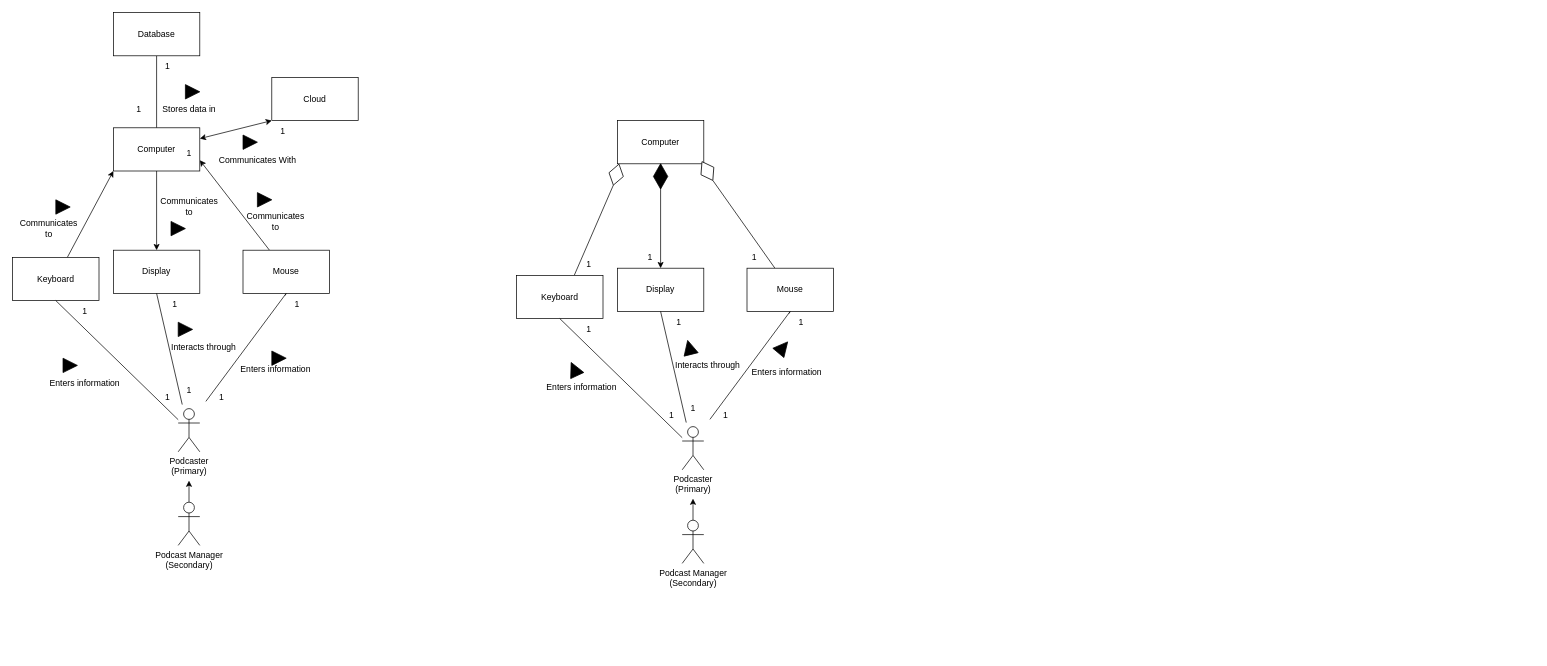
The draw.io diagram D3-SystemContextClassModel/systemcontext.drawio in Glizzus/COMP-3700, before the edit. Source tidied: cells renumbered, new cells numbered last; positions are measured from the earlier drawing's top-left corner, leaving out a move shared by most shapes. Both pictures are drawn from the tidied source at 72%, with x=0, y=0 at pixel (12, 12).
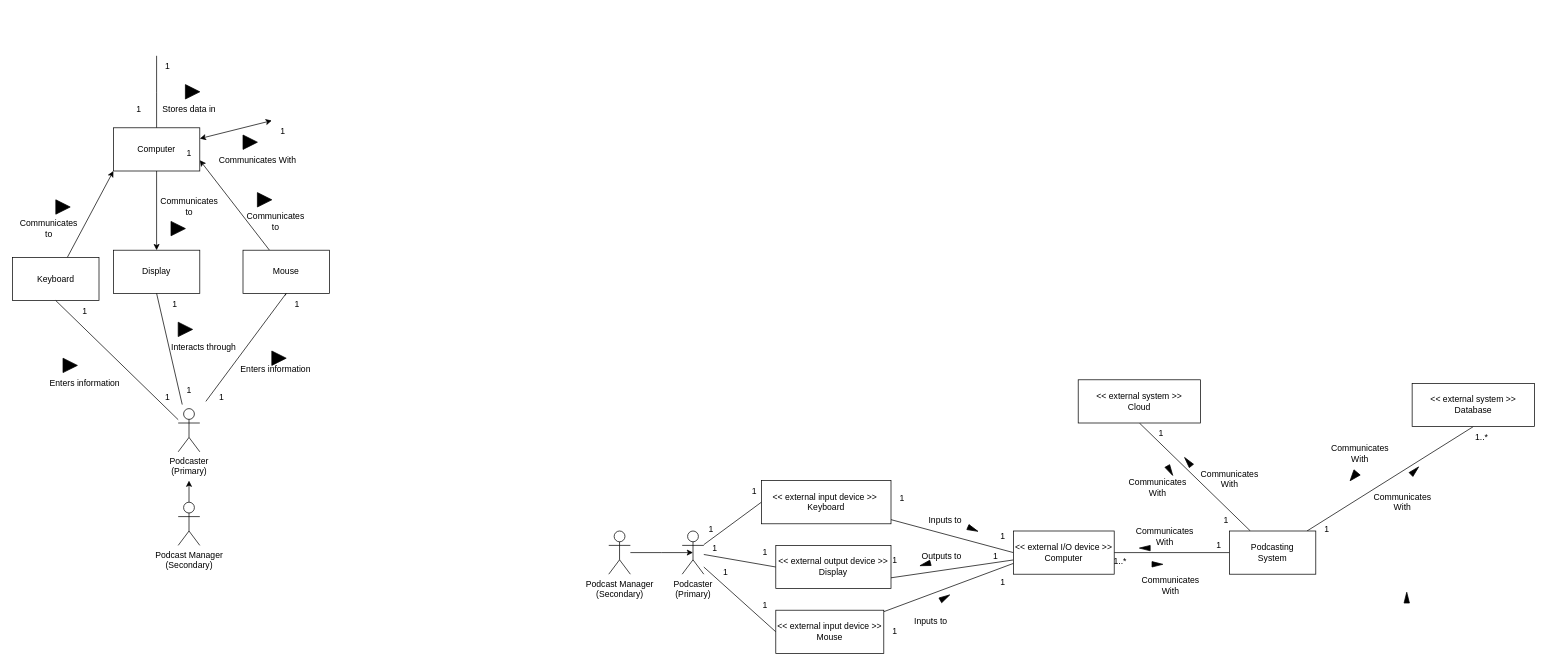
After the change.

Unchanged cells that the change refers to:
```xml
<mxCell id="21" value="Computer" style="rounded=0;whiteSpace=wrap;html=1;" parent="1" vertex="1">
  <mxGeometry x="140" y="160" width="120" height="60" as="geometry" />
</mxCell>
```

What changed in the source:
```diff
@@
-    <mxCell id="18" style="edgeStyle=orthogonalEdgeStyle;rounded=0;jettySize=auto;html=1;entryX=0.5;entryY=1;entryDx=0;entryDy=0;endArrow=none;endFill=0;" parent="1" edge="1" source="21" target="22">
-      <mxGeometry relative="1" as="geometry" />
+    <mxCell id="18" style="edgeStyle=orthogonalEdgeStyle;rounded=0;jettySize=auto;html=1;entryX=0.5;entryY=1;entryDx=0;entryDy=0;endArrow=none;endFill=0;" parent="1" edge="1" source="21">
+      <mxGeometry relative="1" as="geometry">
+        <mxPoint x="200" y="60" as="targetPoint" />
+      </mxGeometry>
     </mxCell>
@@
-    <mxCell id="20" style="rounded=0;jettySize=auto;html=1;entryX=0;entryY=1;entryDx=0;entryDy=0;startArrow=classic;startFill=1;" parent="1" edge="1" source="21" target="23">
-      <mxGeometry relative="1" as="geometry" />
+    <mxCell id="20" style="rounded=0;jettySize=auto;html=1;entryX=0;entryY=1;entryDx=0;entryDy=0;startArrow=classic;startFill=1;" parent="1" edge="1" source="21">
+      <mxGeometry relative="1" as="geometry">
+        <mxPoint x="360" y="150" as="targetPoint" />
+      </mxGeometry>
     </mxCell>
@@
-    <mxCell id="22" value="Database" style="rounded=0;whiteSpace=wrap;html=1;" parent="1" vertex="1">
-      <mxGeometry x="140" width="120" height="60" as="geometry" />
-    </mxCell>
-    <mxCell id="23" value="Cloud" style="rounded=0;whiteSpace=wrap;html=1;" parent="1" vertex="1">
-      <mxGeometry x="360" y="90" width="120" height="60" as="geometry" />
-    </mxCell>
@@
-    <mxCell id="47" style="rounded=0;orthogonalLoop=1;jettySize=auto;html=1;entryX=0.5;entryY=1;entryDx=0;entryDy=0;endArrow=none;endFill=0;" parent="1" edge="1">
-      <mxGeometry relative="1" as="geometry">
-        <mxPoint x="1078.5" y="418" as="sourcePoint" />
-        <mxPoint x="1080" y="415" as="targetPoint" />
-      </mxGeometry>
-    </mxCell>
+    <mxCell id="80" style="rounded=0;jettySize=auto;html=1;entryX=0;entryY=0.5;entryDx=0;entryDy=0;endArrow=none;endFill=0;" parent="1" edge="1" source="48" target="57">
+      <mxGeometry relative="1" as="geometry" />
+    </mxCell>
+    <mxCell id="81" style="rounded=0;jettySize=auto;html=1;entryX=0;entryY=0.5;entryDx=0;entryDy=0;endArrow=none;endFill=0;" parent="1" edge="1" target="55">
+      <mxGeometry relative="1" as="geometry">
+        <mxPoint x="960" y="770" as="sourcePoint" />
+      </mxGeometry>
+    </mxCell>
+    <mxCell id="82" style="rounded=0;jettySize=auto;html=1;entryX=0;entryY=0.5;entryDx=0;entryDy=0;endArrow=none;endFill=0;" parent="1" edge="1" source="48" target="53">
+      <mxGeometry relative="1" as="geometry" />
+    </mxCell>
     <mxCell id="48" value="Podcaster&lt;br&gt;(Primary)" style="shape=umlActor;verticalLabelPosition=bottom;verticalAlign=top;html=1;outlineConnect=0;" parent="1" vertex="1">
-      <mxGeometry x="930" y="575" width="30" height="60" as="geometry" />
+      <mxGeometry x="930" y="720" width="30" height="60" as="geometry" />
     </mxCell>
-    <mxCell id="49" value="1" style="text;html=1;align=center;verticalAlign=middle;strokeColor=none;fillColor=none;" parent="1" vertex="1">
-      <mxGeometry x="900" y="545" width="30" height="30" as="geometry" />
-    </mxCell>
-    <mxCell id="50" value="1" style="text;html=1;align=center;verticalAlign=middle;points=[];strokeColor=none;fillColor=none;" parent="1" vertex="1">
-      <mxGeometry x="930" y="535" width="30" height="30" as="geometry" />
-    </mxCell>
-    <mxCell id="51" value="1" style="text;html=1;align=center;verticalAlign=middle;strokeColor=none;fillColor=none;" parent="1" vertex="1">
-      <mxGeometry x="975" y="545" width="30" height="30" as="geometry" />
-    </mxCell>
-    <mxCell id="52" style="rounded=0;jettySize=auto;html=1;entryX=0.5;entryY=1;entryDx=0;entryDy=0;exitX=0.667;exitY=0;exitDx=0;exitDy=0;exitPerimeter=0;endArrow=none;endFill=0;" parent="1" edge="1" source="53" target="78">
-      <mxGeometry relative="1" as="geometry" />
-    </mxCell>
+    <mxCell id="83" style="rounded=0;jettySize=auto;html=1;entryX=0;entryY=0.5;entryDx=0;entryDy=0;endArrow=none;endFill=0;" parent="1" edge="1" source="53" target="64">
+      <mxGeometry relative="1" as="geometry" />
+    </mxCell>
-    <mxCell id="53" value="Keyboard" style="rounded=0;whiteSpace=wrap;html=1;" parent="1" vertex="1">
-      <mxGeometry x="700" y="365" width="120" height="60" as="geometry" />
+    <mxCell id="53" value="&amp;lt;&amp;lt; external input device &amp;gt;&amp;gt;&amp;nbsp;&lt;br&gt;Keyboard" style="rounded=0;whiteSpace=wrap;html=1;" parent="1" vertex="1">
+      <mxGeometry x="1040" y="650" width="180" height="60" as="geometry" />
     </mxCell>
-    <mxCell id="54" style="rounded=0;jettySize=auto;html=1;entryX=0.5;entryY=1;entryDx=0;entryDy=0;endArrow=none;endFill=0;" parent="1" edge="1" source="55" target="79">
-      <mxGeometry relative="1" as="geometry" />
-    </mxCell>
+    <mxCell id="84" style="rounded=0;jettySize=auto;html=1;entryX=0;entryY=0.75;entryDx=0;entryDy=0;endArrow=none;endFill=0;" parent="1" edge="1" source="55" target="64">
+      <mxGeometry relative="1" as="geometry" />
+    </mxCell>
-    <mxCell id="55" value="Mouse" style="rounded=0;whiteSpace=wrap;html=1;" parent="1" vertex="1">
-      <mxGeometry x="1020" y="355" width="120" height="60" as="geometry" />
+    <mxCell id="55" value="&amp;lt;&amp;lt; external input device &amp;gt;&amp;gt;&lt;br&gt;Mouse" style="rounded=0;whiteSpace=wrap;html=1;" parent="1" vertex="1">
+      <mxGeometry x="1060" y="830" width="150" height="60" as="geometry" />
     </mxCell>
-    <mxCell id="56" style="edgeStyle=orthogonalEdgeStyle;rounded=0;orthogonalLoop=1;jettySize=auto;html=1;entryX=1;entryY=0;entryDx=0;entryDy=0;" parent="1" edge="1" source="57" target="57">
-      <mxGeometry relative="1" as="geometry">
-        <Array as="points">
-          <mxPoint x="940" y="355" />
-        </Array>
-      </mxGeometry>
-    </mxCell>
-    <mxCell id="57" value="Display" style="rounded=0;whiteSpace=wrap;html=1;" parent="1" vertex="1">
-      <mxGeometry x="840" y="355" width="120" height="60" as="geometry" />
+    <mxCell id="57" value="&amp;lt;&amp;lt; external output device &amp;gt;&amp;gt;&lt;br&gt;Display" style="rounded=0;whiteSpace=wrap;html=1;" parent="1" vertex="1">
+      <mxGeometry x="1060" y="740" width="160" height="60" as="geometry" />
     </mxCell>
-    <mxCell id="58" value="Enters information" style="text;html=1;align=center;verticalAlign=middle;strokeColor=none;fillColor=none;" parent="1" vertex="1">
-      <mxGeometry x="730" y="505" width="120" height="30" as="geometry" />
-    </mxCell>
-    <mxCell id="59" value="Enters information" style="text;html=1;align=center;verticalAlign=middle;strokeColor=none;fillColor=none;" parent="1" vertex="1">
-      <mxGeometry x="1015" y="485" width="120" height="30" as="geometry" />
-    </mxCell>
-    <mxCell id="60" style="rounded=0;jettySize=auto;html=1;entryX=0.5;entryY=1;entryDx=0;entryDy=0;endArrow=none;endFill=0;exitX=0.187;exitY=1.147;exitDx=0;exitDy=0;exitPerimeter=0;" parent="1" edge="1" source="50" target="57">
-      <mxGeometry relative="1" as="geometry" />
-    </mxCell>
-    <mxCell id="61" style="rounded=0;jettySize=auto;html=1;endArrow=none;endFill=0;exitX=0.5;exitY=1;exitDx=0;exitDy=0;" parent="1" edge="1" source="53" target="48">
-      <mxGeometry relative="1" as="geometry" />
-    </mxCell>
-    <mxCell id="62" style="rounded=0;jettySize=auto;html=1;entryX=0.5;entryY=1;entryDx=0;entryDy=0;endArrow=none;endFill=0;" parent="1" edge="1" target="55">
-      <mxGeometry relative="1" as="geometry">
-        <mxPoint x="968.5" y="565" as="sourcePoint" />
-      </mxGeometry>
-    </mxCell>
-    <mxCell id="63" style="edgeStyle=orthogonalEdgeStyle;rounded=0;jettySize=auto;html=1;entryX=0.5;entryY=0;entryDx=0;entryDy=0;" parent="1" edge="1" source="64" target="57">
+    <mxCell id="63" style="rounded=0;jettySize=auto;html=1;entryX=1;entryY=0.75;entryDx=0;entryDy=0;endArrow=none;endFill=0;" parent="1" edge="1" source="64" target="57">
       <mxGeometry relative="1" as="geometry" />
     </mxCell>
+    <mxCell id="85" style="edgeStyle=orthogonalEdgeStyle;rounded=0;jettySize=auto;html=1;entryX=0;entryY=0.5;entryDx=0;entryDy=0;endArrow=none;endFill=0;" parent="1" edge="1" source="64" target="91">
+      <mxGeometry relative="1" as="geometry" />
+    </mxCell>
-    <mxCell id="64" value="Computer" style="rounded=0;whiteSpace=wrap;html=1;" parent="1" vertex="1">
-      <mxGeometry x="840" y="150" width="120" height="60" as="geometry" />
+    <mxCell id="64" value="&amp;lt;&amp;lt; external I/O device &amp;gt;&amp;gt;&lt;br&gt;Computer" style="rounded=0;whiteSpace=wrap;html=1;" parent="1" vertex="1">
+      <mxGeometry x="1390" y="720" width="140" height="60" as="geometry" />
     </mxCell>
     <mxCell id="65" style="edgeStyle=orthogonalEdgeStyle;rounded=0;jettySize=auto;html=1;" parent="1" edge="1" source="66">
       <mxGeometry relative="1" as="geometry">
-        <mxPoint x="945" y="675" as="targetPoint" />
+        <mxPoint x="945" y="750" as="targetPoint" />
       </mxGeometry>
     </mxCell>
     <mxCell id="66" value="Podcast Manager&lt;br&gt;(Secondary)" style="shape=umlActor;verticalLabelPosition=bottom;verticalAlign=top;html=1;outlineConnect=0;" parent="1" vertex="1">
-      <mxGeometry x="930" y="705" width="30" height="60" as="geometry" />
+      <mxGeometry x="828" y="720" width="30" height="60" as="geometry" />
     </mxCell>
-    <mxCell id="67" style="triangle;whiteSpace=wrap;html=1;fillColor=#000000;rotation=-115;" parent="1" vertex="1">
-      <mxGeometry x="770" y="485" width="20" height="20" as="geometry" />
-    </mxCell>
-    <mxCell id="68" style="triangle;whiteSpace=wrap;html=1;fillColor=#000000;rotation=-50;" parent="1" vertex="1">
-      <mxGeometry x="1060" y="455" width="20" height="20" as="geometry" />
-    </mxCell>
-    <mxCell id="69" style="triangle;whiteSpace=wrap;html=1;fillColor=#000000;rotation=-104;" parent="1" vertex="1">
-      <mxGeometry x="930" y="455" width="20" height="20" as="geometry" />
-    </mxCell>
-    <mxCell id="70" value="Interacts through" style="text;html=1;align=center;verticalAlign=middle;strokeColor=none;fillColor=none;" parent="1" vertex="1">
-      <mxGeometry x="910" y="475" width="110" height="30" as="geometry" />
-    </mxCell>
-    <mxCell id="71" value="1" style="text;html=1;align=center;verticalAlign=middle;strokeColor=none;fillColor=none;" parent="1" vertex="1">
-      <mxGeometry x="785" y="425" width="30" height="30" as="geometry" />
-    </mxCell>
-    <mxCell id="72" value="1" style="text;html=1;align=center;verticalAlign=middle;strokeColor=none;fillColor=none;" parent="1" vertex="1">
-      <mxGeometry x="1080" y="415" width="30" height="30" as="geometry" />
-    </mxCell>
-    <mxCell id="73" value="1" style="text;html=1;align=center;verticalAlign=middle;strokeColor=none;fillColor=none;" parent="1" vertex="1">
-      <mxGeometry x="910" y="415" width="30" height="30" as="geometry" />
-    </mxCell>
-    <mxCell id="74" value="1" style="text;html=1;align=center;verticalAlign=middle;strokeColor=none;fillColor=none;" parent="1" vertex="1">
-      <mxGeometry x="785" y="335" width="30" height="30" as="geometry" />
-    </mxCell>
-    <mxCell id="75" value="1" style="text;html=1;align=center;verticalAlign=middle;strokeColor=none;fillColor=none;" parent="1" vertex="1">
-      <mxGeometry x="870" y="325" width="30" height="30" as="geometry" />
-    </mxCell>
-    <mxCell id="76" value="1" style="text;html=1;align=center;verticalAlign=middle;strokeColor=none;fillColor=none;" parent="1" vertex="1">
-      <mxGeometry x="1015" y="325" width="30" height="30" as="geometry" />
-    </mxCell>
-    <mxCell id="77" style="rhombus;whiteSpace=wrap;html=1;fillColor=#000000;rotation=0;" parent="1" vertex="1">
-      <mxGeometry x="890" y="210" width="20" height="35" as="geometry" />
-    </mxCell>
-    <mxCell id="78" style="rhombus;whiteSpace=wrap;html=1;fillColor=#FFFFFF;rotation=15;" parent="1" vertex="1">
-      <mxGeometry x="828" y="210" width="20.6" height="30.1" as="geometry" />
-    </mxCell>
-    <mxCell id="79" style="rhombus;whiteSpace=wrap;html=1;fillColor=#FFFFFF;rotation=-30;" parent="1" vertex="1">
-      <mxGeometry x="954.7" y="205" width="20.6" height="30.1" as="geometry" />
-    </mxCell>
+    <mxCell id="86" value="Inputs to" style="text;html=1;align=center;verticalAlign=middle;strokeColor=none;fillColor=none;" parent="1" vertex="1">
+      <mxGeometry x="1260" y="690" width="70" height="30" as="geometry" />
+    </mxCell>
+    <mxCell id="87" value="Outputs to" style="text;html=1;align=center;verticalAlign=middle;strokeColor=none;fillColor=none;" parent="1" vertex="1">
+      <mxGeometry x="1250" y="740" width="80" height="30" as="geometry" />
+    </mxCell>
+    <mxCell id="88" value="Inputs to" style="text;html=1;align=center;verticalAlign=middle;strokeColor=none;fillColor=none;" parent="1" vertex="1">
+      <mxGeometry x="1240" y="830" width="70" height="30" as="geometry" />
+    </mxCell>
+    <mxCell id="89" style="rounded=0;jettySize=auto;html=1;entryX=0.5;entryY=1;entryDx=0;entryDy=0;endArrow=none;endFill=0;" parent="1" edge="1" source="91" target="93">
+      <mxGeometry relative="1" as="geometry" />
+    </mxCell>
+    <mxCell id="90" style="rounded=0;jettySize=auto;html=1;entryX=0.5;entryY=1;entryDx=0;entryDy=0;endArrow=none;endFill=0;" parent="1" edge="1" source="91" target="94">
+      <mxGeometry relative="1" as="geometry" />
+    </mxCell>
+    <mxCell id="91" value="Podcasting&lt;br&gt;System" style="rounded=0;whiteSpace=wrap;html=1;" parent="1" vertex="1">
+      <mxGeometry x="1690" y="720" width="120" height="60" as="geometry" />
+    </mxCell>
+    <mxCell id="92" value="Communicates&lt;br&gt;With" style="text;html=1;align=center;verticalAlign=middle;strokeColor=none;fillColor=none;" parent="1" vertex="1">
+      <mxGeometry x="1550" y="707.5" width="100" height="40" as="geometry" />
+    </mxCell>
+    <mxCell id="93" value="&amp;lt;&amp;lt; external system &amp;gt;&amp;gt;&lt;br&gt;Cloud" style="rounded=0;whiteSpace=wrap;html=1;" parent="1" vertex="1">
+      <mxGeometry x="1480" y="510" width="170" height="60" as="geometry" />
+    </mxCell>
+    <mxCell id="94" value="&amp;lt;&amp;lt; external system &amp;gt;&amp;gt;&lt;br&gt;Database" style="rounded=0;whiteSpace=wrap;html=1;" parent="1" vertex="1">
+      <mxGeometry x="1943.8" y="515" width="170" height="60" as="geometry" />
+    </mxCell>
+    <mxCell id="95" value="Communicates&lt;br&gt;With" style="text;html=1;align=center;verticalAlign=middle;strokeColor=none;fillColor=none;" parent="1" vertex="1">
+      <mxGeometry x="1540" y="640" width="100" height="40" as="geometry" />
+    </mxCell>
+    <mxCell id="96" value="Communicates&lt;br&gt;With" style="text;html=1;align=center;verticalAlign=middle;strokeColor=none;fillColor=none;" parent="1" vertex="1">
+      <mxGeometry x="1880" y="660" width="100" height="40" as="geometry" />
+    </mxCell>
+    <mxCell id="97" style="triangle;whiteSpace=wrap;html=1;rotation=-90;fillColor=#000000;" parent="1" vertex="1">
+      <mxGeometry x="1928.8" y="808.8" width="15" height="7.5" as="geometry" />
+    </mxCell>
+    <mxCell id="98" style="triangle;whiteSpace=wrap;html=1;rotation=130;fillColor=#000000;" parent="1" vertex="1">
+      <mxGeometry x="1855" y="638.8" width="15" height="11.2" as="geometry" />
+    </mxCell>
+    <mxCell id="99" style="triangle;whiteSpace=wrap;html=1;rotation=-129;fillColor=#000000;" parent="1" vertex="1">
+      <mxGeometry x="1625" y="620" width="15" height="7.5" as="geometry" />
+    </mxCell>
+    <mxCell id="100" style="triangle;whiteSpace=wrap;html=1;rotation=60;fillColor=#000000;" parent="1" vertex="1">
+      <mxGeometry x="1600" y="632.5" width="15" height="7.5" as="geometry" />
+    </mxCell>
+    <mxCell id="101" style="triangle;whiteSpace=wrap;html=1;rotation=-180;fillColor=#000000;" parent="1" vertex="1">
+      <mxGeometry x="1565" y="740" width="15" height="7.5" as="geometry" />
+    </mxCell>
+    <mxCell id="102" style="triangle;whiteSpace=wrap;html=1;rotation=0;fillColor=#000000;" parent="1" vertex="1">
+      <mxGeometry x="1582.5" y="762.5" width="15" height="7.5" as="geometry" />
+    </mxCell>
+    <mxCell id="103" style="triangle;whiteSpace=wrap;html=1;rotation=-67;fillColor=#000000;direction=south;" parent="1" vertex="1">
+      <mxGeometry x="1330" y="710" width="7.5" height="15" as="geometry" />
+    </mxCell>
+    <mxCell id="104" style="triangle;whiteSpace=wrap;html=1;rotation=-30;fillColor=#000000;" parent="1" vertex="1">
+      <mxGeometry x="1287.5" y="808.8" width="15" height="7.5" as="geometry" />
+    </mxCell>
+    <mxCell id="105" style="triangle;whiteSpace=wrap;html=1;rotation=-195;fillColor=#000000;" parent="1" vertex="1">
+      <mxGeometry x="1260" y="762.5" width="15" height="7.5" as="geometry" />
+    </mxCell>
+    <mxCell id="106" value="Communicates&lt;br&gt;With" style="text;html=1;align=center;verticalAlign=middle;strokeColor=none;fillColor=none;" parent="1" vertex="1">
+      <mxGeometry x="1821.2" y="592.5" width="100" height="40" as="geometry" />
+    </mxCell>
+    <mxCell id="107" style="triangle;whiteSpace=wrap;html=1;rotation=-45;fillColor=#000000;" parent="1" vertex="1">
+      <mxGeometry x="1940" y="632.5" width="15" height="7.5" as="geometry" />
+    </mxCell>
+    <mxCell id="108" value="Communicates&lt;br&gt;With" style="text;html=1;align=center;verticalAlign=middle;strokeColor=none;fillColor=none;" parent="1" vertex="1">
+      <mxGeometry x="1640" y="627.5" width="100" height="40" as="geometry" />
+    </mxCell>
+    <mxCell id="109" value="Communicates&lt;br&gt;With" style="text;html=1;align=center;verticalAlign=middle;strokeColor=none;fillColor=none;" parent="1" vertex="1">
+      <mxGeometry x="1557.5" y="776.2" width="100" height="40" as="geometry" />
+    </mxCell>
+    <mxCell id="110" value="1..*" style="text;html=1;align=center;verticalAlign=middle;strokeColor=none;fillColor=none;" parent="1" vertex="1">
+      <mxGeometry x="2020" y="575" width="40" height="30" as="geometry" />
+    </mxCell>
+    <mxCell id="111" value="1" style="text;html=1;align=center;verticalAlign=middle;strokeColor=none;fillColor=none;" parent="1" vertex="1">
+      <mxGeometry x="1810" y="702.5" width="30" height="30" as="geometry" />
+    </mxCell>
+    <mxCell id="112" value="1" style="text;html=1;align=center;verticalAlign=middle;strokeColor=none;fillColor=none;" parent="1" vertex="1">
+      <mxGeometry x="1670" y="690" width="30" height="30" as="geometry" />
+    </mxCell>
+    <mxCell id="113" value="1" style="text;html=1;align=center;verticalAlign=middle;strokeColor=none;fillColor=none;" parent="1" vertex="1">
+      <mxGeometry x="1580" y="570" width="30" height="30" as="geometry" />
+    </mxCell>
+    <mxCell id="114" value="1" style="text;html=1;align=center;verticalAlign=middle;strokeColor=none;fillColor=none;" parent="1" vertex="1">
+      <mxGeometry x="1660" y="725" width="30" height="30" as="geometry" />
+    </mxCell>
+    <mxCell id="115" value="1..*" style="text;html=1;align=center;verticalAlign=middle;strokeColor=none;fillColor=none;" parent="1" vertex="1">
+      <mxGeometry x="1517.5" y="747.5" width="40" height="30" as="geometry" />
+    </mxCell>
+    <mxCell id="116" value="1" style="text;html=1;align=center;verticalAlign=middle;strokeColor=none;fillColor=none;" parent="1" vertex="1">
+      <mxGeometry x="1360" y="712.5" width="30" height="30" as="geometry" />
+    </mxCell>
+    <mxCell id="117" value="1" style="text;html=1;align=center;verticalAlign=middle;strokeColor=none;fillColor=none;" parent="1" vertex="1">
+      <mxGeometry x="1360" y="776.2" width="30" height="30" as="geometry" />
+    </mxCell>
+    <mxCell id="118" value="1" style="text;html=1;align=center;verticalAlign=middle;strokeColor=none;fillColor=none;" parent="1" vertex="1">
+      <mxGeometry x="1350" y="740" width="30" height="30" as="geometry" />
+    </mxCell>
+    <mxCell id="119" value="1" style="text;html=1;align=center;verticalAlign=middle;strokeColor=none;fillColor=none;" parent="1" vertex="1">
+      <mxGeometry x="1210" y="845" width="30" height="30" as="geometry" />
+    </mxCell>
+    <mxCell id="120" value="1" style="text;html=1;align=center;verticalAlign=middle;strokeColor=none;fillColor=none;" parent="1" vertex="1">
+      <mxGeometry x="1210" y="746.2" width="30" height="30" as="geometry" />
+    </mxCell>
+    <mxCell id="121" value="1" style="text;html=1;align=center;verticalAlign=middle;strokeColor=none;fillColor=none;" parent="1" vertex="1">
+      <mxGeometry x="1220" y="660" width="30" height="30" as="geometry" />
+    </mxCell>
+    <mxCell id="122" value="1" style="text;html=1;align=center;verticalAlign=middle;strokeColor=none;fillColor=none;" parent="1" vertex="1">
+      <mxGeometry x="954.7" y="702.5" width="30" height="30" as="geometry" />
+    </mxCell>
+    <mxCell id="123" value="1" style="text;html=1;align=center;verticalAlign=middle;strokeColor=none;fillColor=none;" parent="1" vertex="1">
+      <mxGeometry x="960" y="728.8" width="30" height="30" as="geometry" />
+    </mxCell>
+    <mxCell id="124" value="1" style="text;html=1;align=center;verticalAlign=middle;strokeColor=none;fillColor=none;" parent="1" vertex="1">
+      <mxGeometry x="975.3" y="762.5" width="30" height="30" as="geometry" />
+    </mxCell>
+    <mxCell id="125" value="1" style="text;html=1;align=center;verticalAlign=middle;strokeColor=none;fillColor=none;" parent="1" vertex="1">
+      <mxGeometry x="1015" y="650" width="30" height="30" as="geometry" />
+    </mxCell>
+    <mxCell id="126" value="1" style="text;html=1;align=center;verticalAlign=middle;strokeColor=none;fillColor=none;" parent="1" vertex="1">
+      <mxGeometry x="1030" y="735" width="30" height="30" as="geometry" />
+    </mxCell>
+    <mxCell id="127" value="1" style="text;html=1;align=center;verticalAlign=middle;strokeColor=none;fillColor=none;" parent="1" vertex="1">
+      <mxGeometry x="1030" y="808.8" width="30" height="30" as="geometry" />
+    </mxCell>
```
